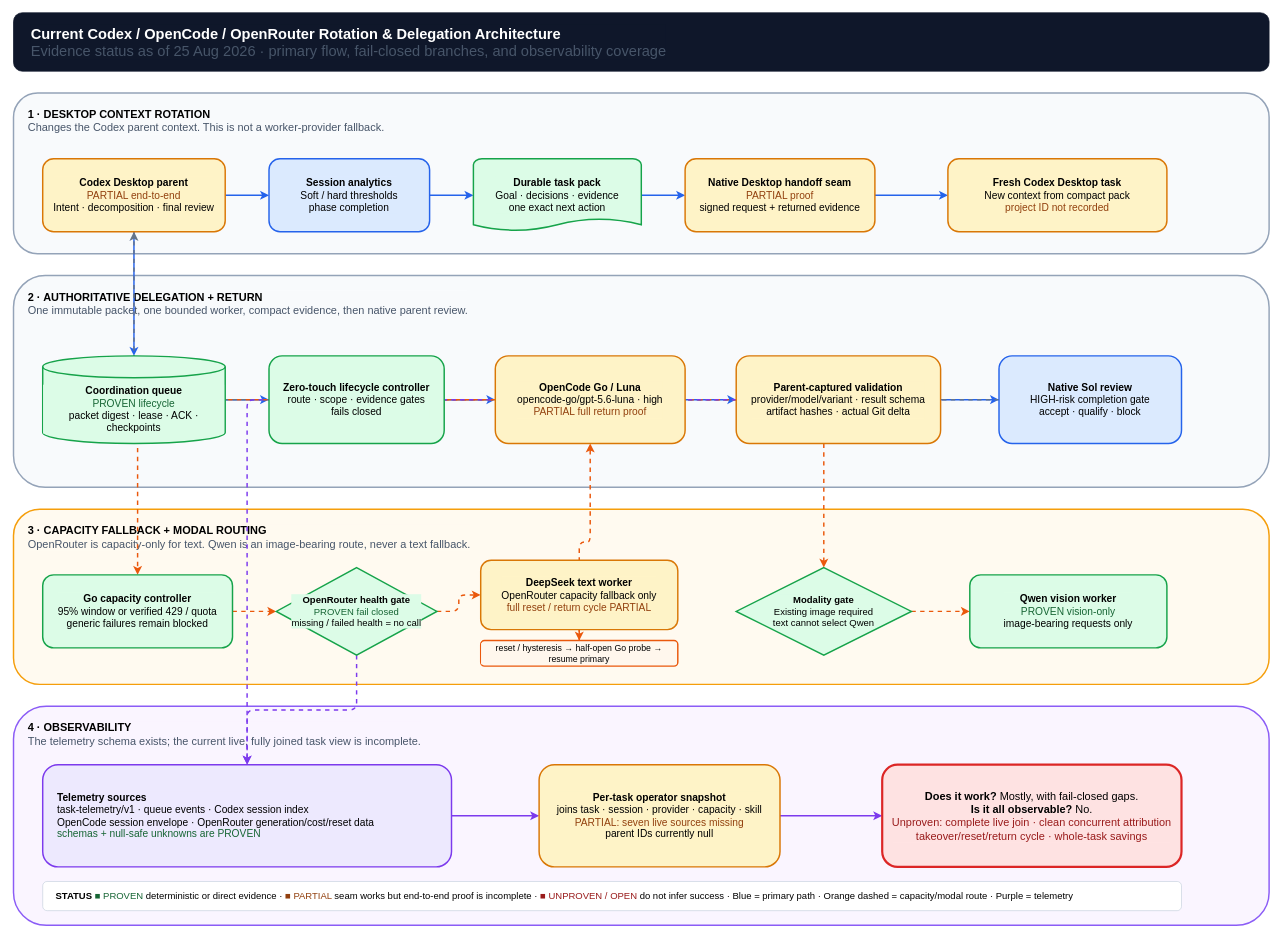
The draw.io diagram public/downloads/codex-rotation-architecture.drawio in Rajeev-SG/rajeevg.com, before the edit. Source tidied: cells renumbered, new cells numbered last; positions are measured from the earlier drawing's top-left corner, leaving out a move shared by most shapes. Both pictures are drawn from the tidied source at 73%, with x=0, y=0 at pixel (13, 12).
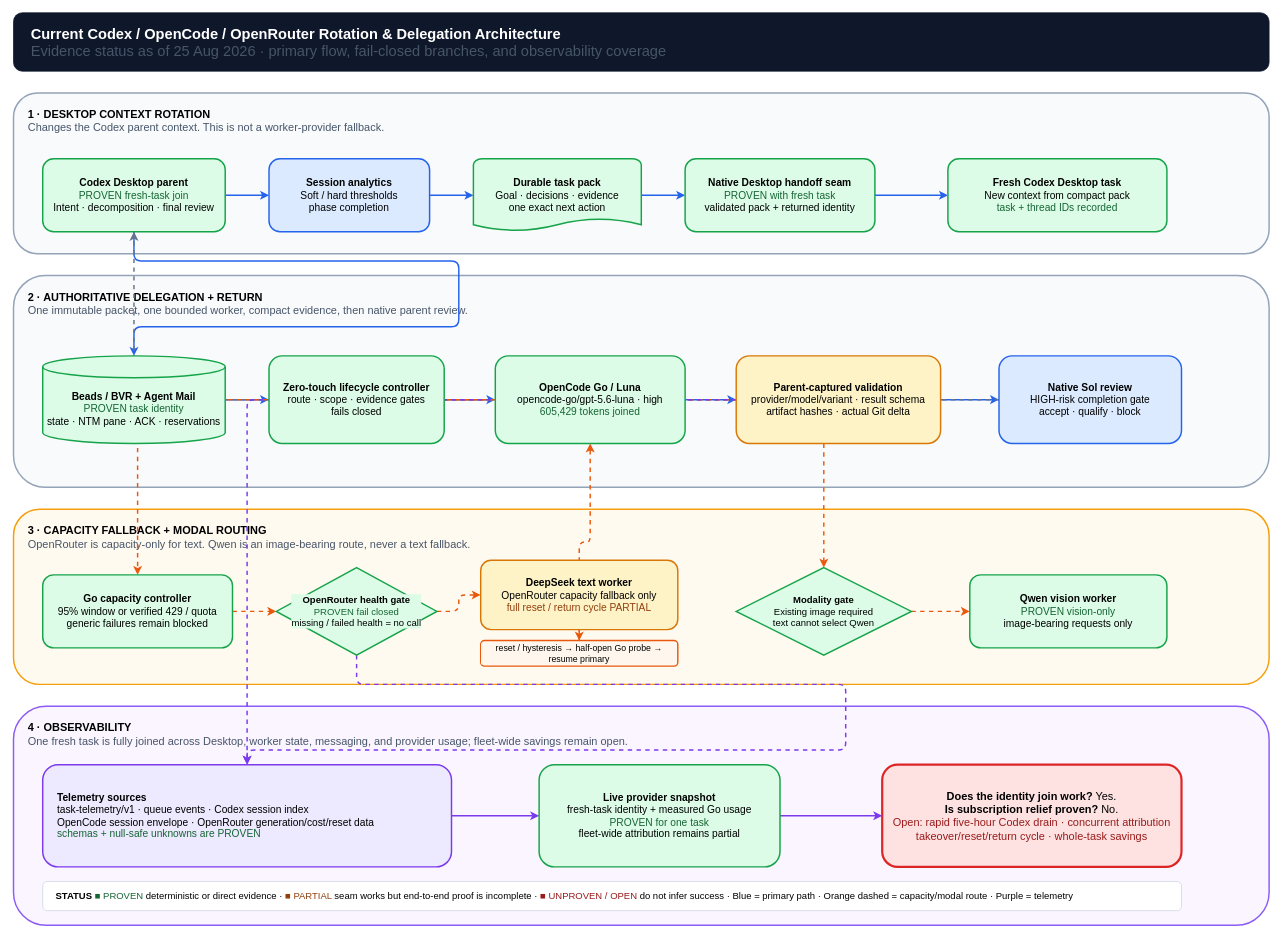
After the change.

Commit message (it also covers changes not shown here):
publish agent usage observatory update

Unchanged cells that the change refers to:
```xml
<mxCell id="39" value="&lt;b&gt;OpenRouter health gate&lt;/b&gt;&lt;br&gt;&lt;font color=&quot;#166534&quot;&gt;PROVEN fail closed&lt;/font&gt;&lt;br&gt;missing / failed health = no call" style="rhombus;whiteSpace=wrap;html=1;fillColor=#dcfce7;strokeColor=#16a34a;strokeWidth=2;fontSize=13;labelBackgroundColor=#dcfce7;" parent="1" vertex="1">
  <mxGeometry x="360" y="760" width="220" height="120" as="geometry" />
</mxCell>
<mxCell id="44" value="&lt;b&gt;Telemetry sources&lt;/b&gt;&lt;br&gt;task-telemetry/v1 · queue events · Codex session index&lt;br&gt;OpenCode session envelope · OpenRouter generation/cost/reset data&lt;br&gt;&lt;font color=&quot;#166534&quot;&gt;schemas + null-safe unknowns are PROVEN&lt;/font&gt;" style="rounded=1;whiteSpace=wrap;html=1;align=left;spacingLeft=18;fillColor=#ede9fe;strokeColor=#7c3aed;strokeWidth=2;fontSize=14;labelBackgroundColor=#ede9fe;" parent="1" vertex="1">
  <mxGeometry x="40" y="1030" width="560" height="140" as="geometry" />
</mxCell>
```

Change to the diagram source:
```diff
@@
-    <mxCell id="5" value="&lt;b&gt;4 · OBSERVABILITY&lt;/b&gt;&lt;br&gt;&lt;font color=&quot;#475569&quot;&gt;The telemetry schema exists; the current live, fully joined task view is incomplete.&lt;/font&gt;" style="rounded=1;whiteSpace=wrap;html=1;align=left;verticalAlign=top;spacingTop=14;spacingLeft=18;fillColor=#faf5ff;strokeColor=#8b5cf6;strokeWidth=2;fontSize=15;labelBackgroundColor=#faf5ff;" parent="1" vertex="1">
+    <mxCell id="5" value="&lt;b&gt;4 · OBSERVABILITY&lt;/b&gt;&lt;br&gt;&lt;font color=&quot;#475569&quot;&gt;One fresh task is fully joined across Desktop, worker state, messaging, and provider usage; fleet-wide savings remain open.&lt;/font&gt;" style="rounded=1;whiteSpace=wrap;html=1;align=left;verticalAlign=top;spacingTop=14;spacingLeft=18;fillColor=#faf5ff;strokeColor=#8b5cf6;strokeWidth=2;fontSize=15;labelBackgroundColor=#faf5ff;" parent="1" vertex="1">
       <mxGeometry y="950" width="1720" height="300" as="geometry" />
     </mxCell>
@@
     <mxCell id="10" style="edgeStyle=orthogonalEdgeStyle;rounded=1;html=1;strokeColor=#2563eb;strokeWidth=2;endArrow=classic;endFill=1;" parent="1" edge="1" source="28" target="33">
-      <mxGeometry relative="1" as="geometry" />
+      <mxGeometry relative="1" as="geometry">
+        <Array as="points">
+          <mxPoint x="610" y="340" />
+          <mxPoint x="610" y="430" />
+          <mxPoint x="165" y="430" />
+        </Array>
+      </mxGeometry>
     </mxCell>
@@
     <mxCell id="24" style="edgeStyle=orthogonalEdgeStyle;rounded=1;html=1;strokeColor=#7c3aed;strokeWidth=2;dashed=1;endArrow=classic;endFill=1;" parent="1" edge="1" source="39" target="44">
-      <mxGeometry relative="1" as="geometry" />
+      <mxGeometry relative="1" as="geometry">
+        <Array as="points">
+          <mxPoint x="1140" y="920" />
+          <mxPoint x="1140" y="1010" />
+          <mxPoint x="320" y="1010" />
+        </Array>
+      </mxGeometry>
     </mxCell>
@@
-    <mxCell id="28" value="&lt;b&gt;Codex Desktop parent&lt;/b&gt;&lt;br&gt;&lt;font color=&quot;#92400e&quot;&gt;PARTIAL end-to-end&lt;/font&gt;&lt;br&gt;Intent · decomposition · final review" style="rounded=1;whiteSpace=wrap;html=1;fillColor=#fef3c7;strokeColor=#d97706;strokeWidth=2;fontSize=14;labelBackgroundColor=#fef3c7;" parent="1" vertex="1">
+    <mxCell id="28" value="&lt;b&gt;Codex Desktop parent&lt;/b&gt;&lt;br&gt;&lt;font color=&quot;#166534&quot;&gt;PROVEN fresh-task join&lt;/font&gt;&lt;br&gt;Intent · decomposition · final review" style="rounded=1;whiteSpace=wrap;html=1;fillColor=#dcfce7;strokeColor=#16a34a;strokeWidth=2;fontSize=14;labelBackgroundColor=#dcfce7;" parent="1" vertex="1">
       <mxGeometry x="40" y="200" width="250" height="100" as="geometry" />
     </mxCell>
@@
-    <mxCell id="31" value="&lt;b&gt;Native Desktop handoff seam&lt;/b&gt;&lt;br&gt;&lt;font color=&quot;#92400e&quot;&gt;PARTIAL proof&lt;/font&gt;&lt;br&gt;signed request + returned evidence" style="rounded=1;whiteSpace=wrap;html=1;fillColor=#fef3c7;strokeColor=#d97706;strokeWidth=2;fontSize=14;labelBackgroundColor=#fef3c7;" parent="1" vertex="1">
+    <mxCell id="31" value="&lt;b&gt;Native Desktop handoff seam&lt;/b&gt;&lt;br&gt;&lt;font color=&quot;#166534&quot;&gt;PROVEN with fresh task&lt;/font&gt;&lt;br&gt;validated pack + returned identity" style="rounded=1;whiteSpace=wrap;html=1;fillColor=#dcfce7;strokeColor=#16a34a;strokeWidth=2;fontSize=14;labelBackgroundColor=#dcfce7;" parent="1" vertex="1">
       <mxGeometry x="920" y="200" width="260" height="100" as="geometry" />
     </mxCell>
-    <mxCell id="32" value="&lt;b&gt;Fresh Codex Desktop task&lt;/b&gt;&lt;br&gt;New context from compact pack&lt;br&gt;&lt;font color=&quot;#92400e&quot;&gt;project ID not recorded&lt;/font&gt;" style="rounded=1;whiteSpace=wrap;html=1;fillColor=#fef3c7;strokeColor=#d97706;strokeWidth=2;fontSize=14;labelBackgroundColor=#fef3c7;" parent="1" vertex="1">
+    <mxCell id="32" value="&lt;b&gt;Fresh Codex Desktop task&lt;/b&gt;&lt;br&gt;New context from compact pack&lt;br&gt;&lt;font color=&quot;#166534&quot;&gt;task + thread IDs recorded&lt;/font&gt;" style="rounded=1;whiteSpace=wrap;html=1;fillColor=#dcfce7;strokeColor=#16a34a;strokeWidth=2;fontSize=14;labelBackgroundColor=#dcfce7;" parent="1" vertex="1">
       <mxGeometry x="1280" y="200" width="300" height="100" as="geometry" />
     </mxCell>
-    <mxCell id="33" value="&lt;b&gt;Coordination queue&lt;/b&gt;&lt;br&gt;&lt;font color=&quot;#166534&quot;&gt;PROVEN lifecycle&lt;/font&gt;&lt;br&gt;packet digest · lease · ACK · checkpoints" style="shape=cylinder3;whiteSpace=wrap;html=1;boundedLbl=1;backgroundOutline=1;fillColor=#dcfce7;strokeColor=#16a34a;strokeWidth=2;fontSize=14;labelBackgroundColor=#dcfce7;" parent="1" vertex="1">
+    <mxCell id="33" value="&lt;b&gt;Beads / BVR + Agent Mail&lt;/b&gt;&lt;br&gt;&lt;font color=&quot;#166534&quot;&gt;PROVEN task identity&lt;/font&gt;&lt;br&gt;state · NTM pane · ACK · reservations" style="shape=cylinder3;whiteSpace=wrap;html=1;boundedLbl=1;backgroundOutline=1;fillColor=#dcfce7;strokeColor=#16a34a;strokeWidth=2;fontSize=14;labelBackgroundColor=#dcfce7;" parent="1" vertex="1">
       <mxGeometry x="40" y="470" width="250" height="120" as="geometry" />
     </mxCell>
@@
-    <mxCell id="35" value="&lt;b&gt;OpenCode Go / Luna&lt;/b&gt;&lt;br&gt;opencode-go/gpt-5.6-luna · high&lt;br&gt;&lt;font color=&quot;#92400e&quot;&gt;PARTIAL full return proof&lt;/font&gt;" style="rounded=1;whiteSpace=wrap;html=1;fillColor=#fef3c7;strokeColor=#d97706;strokeWidth=2;fontSize=14;labelBackgroundColor=#fef3c7;" parent="1" vertex="1">
+    <mxCell id="35" value="&lt;b&gt;OpenCode Go / Luna&lt;/b&gt;&lt;br&gt;opencode-go/gpt-5.6-luna · high&lt;br&gt;&lt;font color=&quot;#166534&quot;&gt;605,429 tokens joined&lt;/font&gt;" style="rounded=1;whiteSpace=wrap;html=1;fillColor=#dcfce7;strokeColor=#16a34a;strokeWidth=2;fontSize=14;labelBackgroundColor=#dcfce7;" parent="1" vertex="1">
       <mxGeometry x="660" y="470" width="260" height="120" as="geometry" />
     </mxCell>
@@
-    <mxCell id="45" value="&lt;b&gt;Per-task operator snapshot&lt;/b&gt;&lt;br&gt;joins task · session · provider · capacity · skill&lt;br&gt;&lt;font color=&quot;#92400e&quot;&gt;PARTIAL: seven live sources missing&lt;/font&gt;&lt;br&gt;parent IDs currently null" style="rounded=1;whiteSpace=wrap;html=1;fillColor=#fef3c7;strokeColor=#d97706;strokeWidth=2;fontSize=14;labelBackgroundColor=#fef3c7;" parent="1" vertex="1">
+    <mxCell id="45" value="&lt;b&gt;Live provider snapshot&lt;/b&gt;&lt;br&gt;fresh-task identity + measured Go usage&lt;br&gt;&lt;font color=&quot;#166534&quot;&gt;PROVEN for one task&lt;/font&gt;&lt;br&gt;fleet-wide attribution remains partial" style="rounded=1;whiteSpace=wrap;html=1;fillColor=#dcfce7;strokeColor=#16a34a;strokeWidth=2;fontSize=14;labelBackgroundColor=#dcfce7;" parent="1" vertex="1">
       <mxGeometry x="720" y="1030" width="330" height="140" as="geometry" />
     </mxCell>
-    <mxCell id="46" value="&lt;b&gt;Does it work?&lt;/b&gt; Mostly, with fail-closed gaps.&lt;br&gt;&lt;b&gt;Is it all observable?&lt;/b&gt; No.&lt;br&gt;&lt;font color=&quot;#991b1b&quot;&gt;Unproven: complete live join · clean concurrent attribution&lt;br&gt;takeover/reset/return cycle · whole-task savings&lt;/font&gt;" style="rounded=1;whiteSpace=wrap;html=1;fillColor=#fee2e2;strokeColor=#dc2626;strokeWidth=3;fontSize=15;labelBackgroundColor=#fee2e2;" parent="1" vertex="1">
+    <mxCell id="46" value="&lt;b&gt;Does the identity join work?&lt;/b&gt; Yes.&lt;br&gt;&lt;b&gt;Is subscription relief proven?&lt;/b&gt; No.&lt;br&gt;&lt;font color=&quot;#991b1b&quot;&gt;Open: rapid five-hour Codex drain · concurrent attribution&lt;br&gt;takeover/reset/return cycle · whole-task savings&lt;/font&gt;" style="rounded=1;whiteSpace=wrap;html=1;fillColor=#fee2e2;strokeColor=#dc2626;strokeWidth=3;fontSize=15;labelBackgroundColor=#fee2e2;" parent="1" vertex="1">
       <mxGeometry x="1190" y="1030" width="410" height="140" as="geometry" />
     </mxCell>
```
